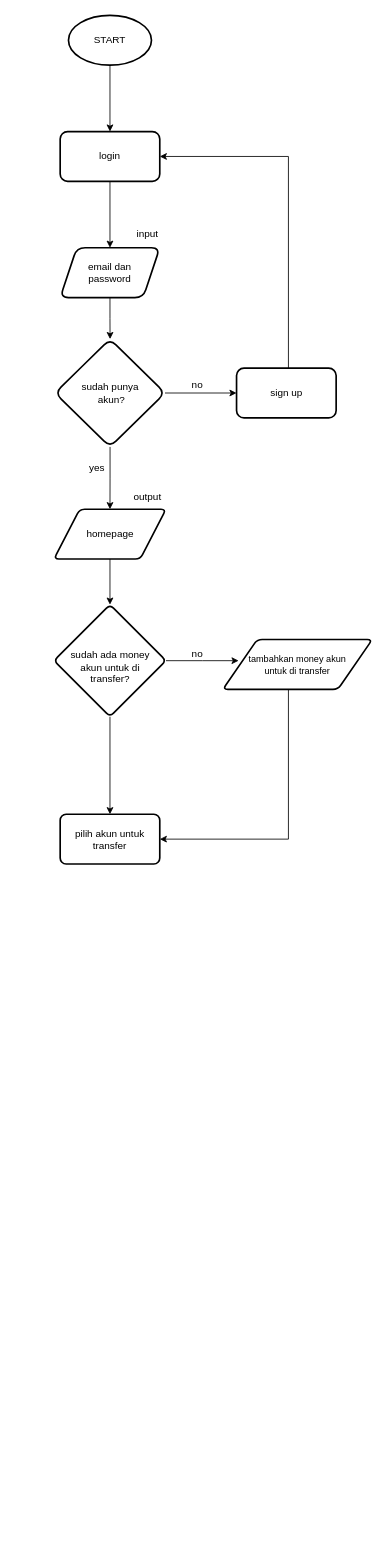
Above: page "Page-1" (1 of 2) of Flowchart E-Walllet.drawio in naatler/naatler (draw.io), before the change. Source tidied: cells renumbered, new cells numbered last; positions are measured from the earlier drawing's top-left corner, leaving out a move shared by most shapes. Both pictures are drawn from the tidied source at 83%, with x=0, y=0 at pixel (54, 15).
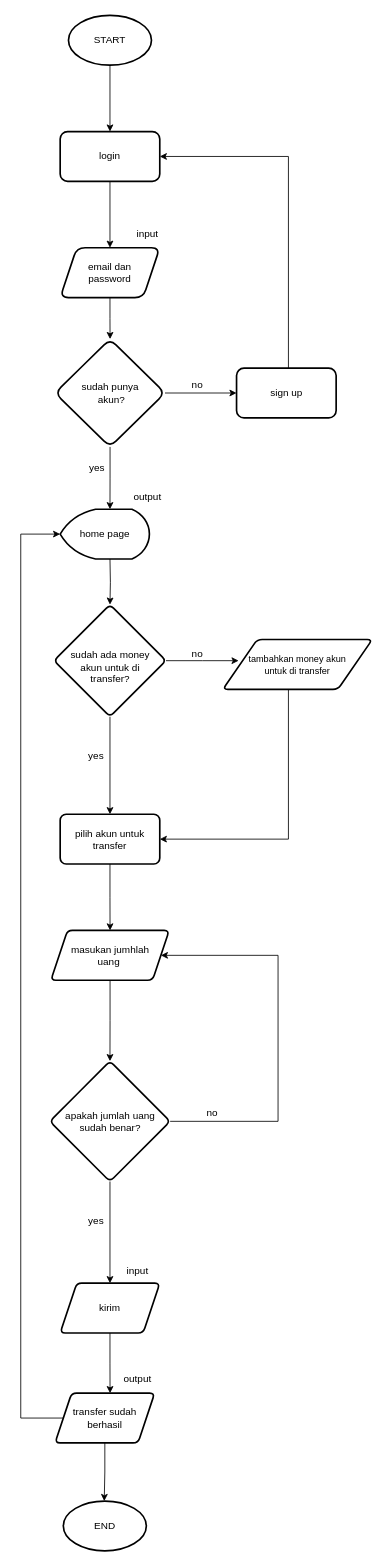
The same page after the edit.

Unchanged cells that the change refers to:
```xml
<mxCell id="10" value="sudah punya&lt;br&gt;&amp;nbsp;akun?" style="rhombus;whiteSpace=wrap;html=1;rounded=1;strokeWidth=2;" parent="1" vertex="1">
  <mxGeometry x="0.8" y="390" width="132.5" height="130" as="geometry" />
</mxCell>
<mxCell id="21" value="&lt;font style=&quot;font-size: 12px;&quot;&gt;&lt;br&gt;sudah ada money &lt;br&gt;akun untuk di &lt;br&gt;transfer?&lt;/font&gt;" style="rhombus;whiteSpace=wrap;html=1;strokeWidth=2;rounded=1;arcSize=12;" parent="1" vertex="1">
  <mxGeometry x="-0.5" y="710" width="135" height="135" as="geometry" />
</mxCell>
<mxCell id="24" value="pilih akun untuk transfer" style="rounded=1;whiteSpace=wrap;html=1;strokeWidth=2;arcSize=12;" parent="1" vertex="1">
  <mxGeometry x="7" y="962.5" width="120" height="60" as="geometry" />
</mxCell>
```

What changed in the source:
```diff
@@
-    <mxCell id="9" style="edgeStyle=orthogonalEdgeStyle;rounded=0;jettySize=auto;html=1;" parent="1" edge="1" source="10" target="14">
-      <mxGeometry relative="1" as="geometry" />
+    <mxCell id="9" style="edgeStyle=orthogonalEdgeStyle;rounded=0;jettySize=auto;html=1;" parent="1" edge="1" source="10">
+      <mxGeometry relative="1" as="geometry">
+        <mxPoint x="67" y="595" as="targetPoint" />
+      </mxGeometry>
     </mxCell>
@@
-    <mxCell id="13" style="edgeStyle=orthogonalEdgeStyle;rounded=0;jettySize=auto;html=1;" parent="1" edge="1" source="14" target="21">
-      <mxGeometry relative="1" as="geometry" />
+    <mxCell id="13" style="edgeStyle=orthogonalEdgeStyle;rounded=0;jettySize=auto;html=1;" parent="1" edge="1" target="21">
+      <mxGeometry relative="1" as="geometry">
+        <mxPoint x="67" y="655" as="sourcePoint" />
+      </mxGeometry>
     </mxCell>
-    <mxCell id="14" value="homepage" style="shape=parallelogram;html=1;strokeWidth=2;perimeter=parallelogramPerimeter;whiteSpace=wrap;rounded=1;arcSize=12;size=0.23;" parent="1" vertex="1">
-      <mxGeometry x="-0.5" y="595" width="135" height="60" as="geometry" />
-    </mxCell>
@@
+    <mxCell id="26" style="edgeStyle=orthogonalEdgeStyle;rounded=0;jettySize=auto;html=1;" parent="1" edge="1" source="24" target="28">
+      <mxGeometry relative="1" as="geometry" />
+    </mxCell>
@@
+    <mxCell id="27" style="edgeStyle=orthogonalEdgeStyle;rounded=0;jettySize=auto;html=1;" parent="1" edge="1" source="28" target="31">
+      <mxGeometry relative="1" as="geometry" />
+    </mxCell>
+    <mxCell id="28" value="masukan jumhlah &lt;br&gt;uang&amp;nbsp;" style="shape=parallelogram;perimeter=parallelogramPerimeter;whiteSpace=wrap;html=1;fixedSize=1;rounded=1;strokeWidth=2;arcSize=12;" parent="1" vertex="1">
+      <mxGeometry x="-4.2" y="1102.5" width="142.5" height="60" as="geometry" />
+    </mxCell>
+    <mxCell id="29" style="edgeStyle=elbowEdgeStyle;rounded=0;jettySize=auto;html=1;entryX=1;entryY=0.5;entryDx=0;entryDy=0;" parent="1" edge="1" source="31" target="28">
+      <mxGeometry relative="1" as="geometry">
+        <Array as="points">
+          <mxPoint x="269.5" y="1150" />
+        </Array>
+      </mxGeometry>
+    </mxCell>
+    <mxCell id="30" style="edgeStyle=orthogonalEdgeStyle;rounded=0;jettySize=auto;html=1;" parent="1" edge="1" source="31" target="33">
+      <mxGeometry relative="1" as="geometry" />
+    </mxCell>
+    <mxCell id="31" value="apakah jumlah uang sudah benar?" style="rhombus;whiteSpace=wrap;html=1;rounded=1;strokeWidth=2;arcSize=12;" parent="1" vertex="1">
+      <mxGeometry x="-5.5" y="1260" width="145" height="145" as="geometry" />
+    </mxCell>
+    <mxCell id="32" style="edgeStyle=orthogonalEdgeStyle;rounded=0;jettySize=auto;html=1;" parent="1" edge="1" source="33">
+      <mxGeometry relative="1" as="geometry">
+        <mxPoint x="67.1" y="1660" as="targetPoint" />
+      </mxGeometry>
+    </mxCell>
+    <mxCell id="33" value="kirim" style="shape=parallelogram;perimeter=parallelogramPerimeter;whiteSpace=wrap;html=1;fixedSize=1;rounded=1;strokeWidth=2;arcSize=12;" parent="1" vertex="1">
+      <mxGeometry x="7" y="1527.5" width="120" height="60" as="geometry" />
+    </mxCell>
+    <mxCell id="34" value="no" style="text;html=1;align=center;verticalAlign=middle;strokeColor=none;fillColor=none;" parent="1" vertex="1">
+      <mxGeometry x="169.5" y="1308" width="40" height="30" as="geometry" />
+    </mxCell>
+    <mxCell id="35" value="yes" style="text;html=1;align=center;verticalAlign=middle;strokeColor=none;fillColor=none;" parent="1" vertex="1">
+      <mxGeometry x="29.5" y="1438" width="40" height="30" as="geometry" />
+    </mxCell>
+    <mxCell id="36" value="yes" style="text;html=1;align=center;verticalAlign=middle;strokeColor=none;fillColor=none;" parent="1" vertex="1">
+      <mxGeometry x="29.5" y="878" width="40" height="30" as="geometry" />
+    </mxCell>
+    <mxCell id="37" style="edgeStyle=elbowEdgeStyle;rounded=0;jettySize=auto;html=1;entryX=0;entryY=0.5;entryDx=0;entryDy=0;entryPerimeter=0;" parent="1" edge="1" target="38">
+      <mxGeometry relative="1" as="geometry">
+        <mxPoint x="13.2" y="1690" as="sourcePoint" />
+        <Array as="points">
+          <mxPoint x="-40.5" y="1170" />
+        </Array>
+      </mxGeometry>
+    </mxCell>
+    <mxCell id="38" value="home page" style="strokeWidth=2;html=1;shape=mxgraph.flowchart.display;whiteSpace=wrap;" parent="1" vertex="1">
+      <mxGeometry x="7" y="595" width="107.5" height="60" as="geometry" />
+    </mxCell>
+    <mxCell id="39" style="edgeStyle=orthogonalEdgeStyle;rounded=0;jettySize=auto;html=1;" parent="1" edge="1" source="40">
+      <mxGeometry relative="1" as="geometry">
+        <mxPoint x="60.1" y="1790" as="targetPoint" />
+      </mxGeometry>
+    </mxCell>
+    <mxCell id="40" value="transfer sudah berhasil" style="shape=parallelogram;perimeter=parallelogramPerimeter;whiteSpace=wrap;html=1;fixedSize=1;rounded=1;strokeWidth=2;arcSize=12;" parent="1" vertex="1">
+      <mxGeometry x="0.8" y="1660" width="120" height="60" as="geometry" />
+    </mxCell>
+    <mxCell id="41" value="input" style="text;html=1;align=center;verticalAlign=middle;strokeColor=none;fillColor=none;" parent="1" vertex="1">
+      <mxGeometry x="74.5" y="1498" width="50" height="30" as="geometry" />
+    </mxCell>
+    <mxCell id="42" value="output" style="text;html=1;align=center;verticalAlign=middle;strokeColor=none;fillColor=none;" parent="1" vertex="1">
+      <mxGeometry x="69.5" y="1628" width="60" height="30" as="geometry" />
+    </mxCell>
+    <mxCell id="43" value="END" style="strokeWidth=2;html=1;shape=mxgraph.flowchart.start_1;whiteSpace=wrap;" parent="1" vertex="1">
+      <mxGeometry x="10.8" y="1790" width="100" height="60" as="geometry" />
+    </mxCell>
```
